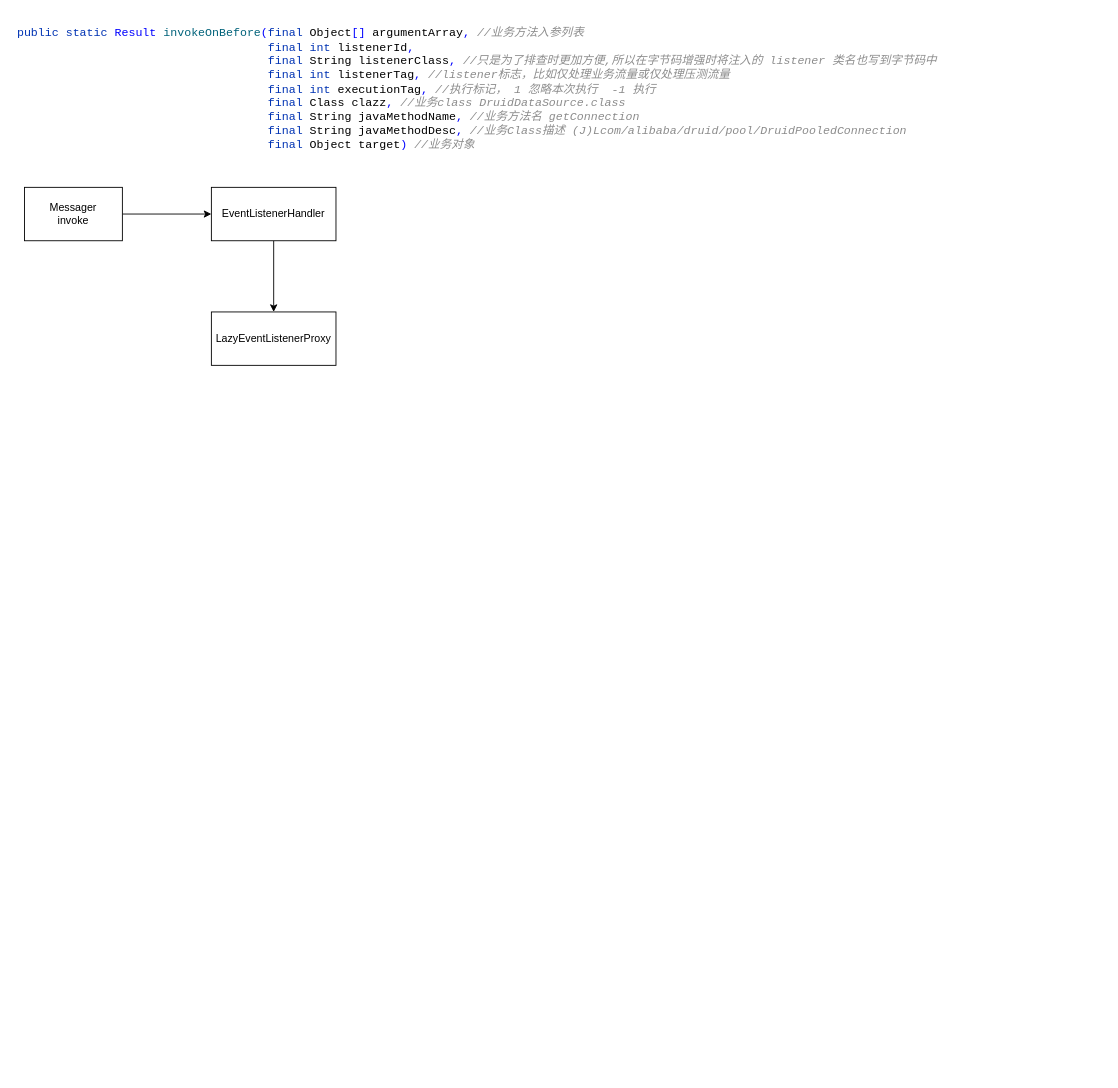
Earlier version of the draw.io diagram com.guann1n9.diagrams/linkagent/agent_execute.drawio (GuanN1ng/diagrams). Source tidied: cells renumbered, new cells numbered last; positions are measured from the earlier drawing's top-left corner, leaving out a move shared by most shapes. Both pictures are drawn from the tidied source at 89%, with x=0, y=0 at pixel (15, 18).
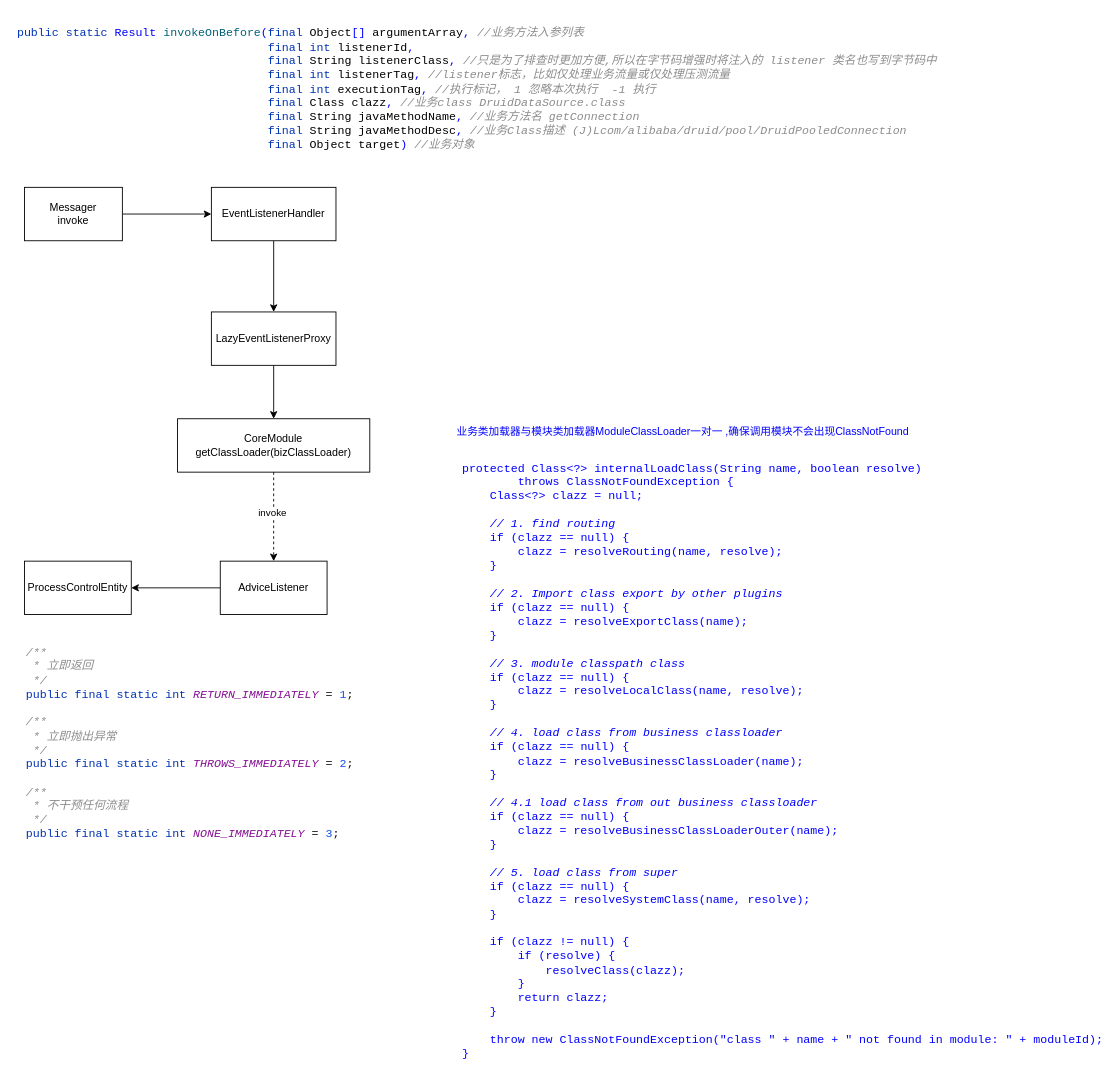
The same page after the edit.

What changed in the source:
```diff
@@
 <mxGraphModel>
   <root>
     <mxCell id="0" />
     <mxCell id="1" parent="0" />
     <mxCell id="2" style="edgeStyle=orthogonalEdgeStyle;rounded=0;jettySize=auto;html=1;exitX=1;exitY=0.5;exitDx=0;exitDy=0;entryX=0;entryY=0.5;entryDx=0;entryDy=0;" parent="1" edge="1" source="3" target="6">
       <mxGeometry relative="1" as="geometry" />
     </mxCell>
     <mxCell id="3" value="Messager&lt;br&gt;invoke" style="rounded=0;whiteSpace=wrap;html=1;" parent="1" vertex="1">
       <mxGeometry x="10" y="190" width="110" height="60" as="geometry" />
     </mxCell>
     <mxCell id="4" value="&lt;div style=&quot;background-color: rgb(255, 255, 255);&quot;&gt;&lt;pre style=&quot;font-family: &amp;quot;JetBrains Mono&amp;quot;, monospace; font-size: 9.8pt;&quot;&gt;&lt;font style=&quot;color: rgb(0, 0, 255);&quot;&gt;&lt;span style=&quot;color: rgb(0, 51, 179);&quot;&gt;public static &lt;/span&gt;Result &lt;span style=&quot;color: rgb(0, 98, 122);&quot;&gt;invokeOnBefore&lt;/span&gt;(&lt;span style=&quot;color: rgb(0, 51, 179);&quot;&gt;final &lt;/span&gt;&lt;span style=&quot;color: rgb(0, 0, 0);&quot;&gt;Object&lt;/span&gt;[] &lt;span style=&quot;color: rgb(0, 0, 0);&quot;&gt;argumentArray&lt;/span&gt;, &lt;span style=&quot;font-style: italic; color: rgb(140, 140, 140);&quot;&gt;//&lt;/span&gt;&lt;span style=&quot;font-style: italic; font-family: Menlo-Regular, monospace; color: rgb(140, 140, 140);&quot;&gt;业务方法入参列表&lt;br&gt;&lt;/span&gt;&lt;span style=&quot;font-style: italic; font-family: Menlo-Regular, monospace; color: rgb(140, 140, 140);&quot;&gt;                                    &lt;/span&gt;&lt;span style=&quot;color: rgb(0, 51, 179);&quot;&gt;final int &lt;/span&gt;&lt;span style=&quot;color: rgb(0, 0, 0);&quot;&gt;listenerId&lt;/span&gt;,&lt;br&gt;                                    &lt;span style=&quot;color: rgb(0, 51, 179);&quot;&gt;final &lt;/span&gt;&lt;span style=&quot;color: rgb(0, 0, 0);&quot;&gt;String listenerClass&lt;/span&gt;, &lt;span style=&quot;font-style: italic; color: rgb(140, 140, 140);&quot;&gt;//&lt;/span&gt;&lt;span style=&quot;font-style: italic; font-family: Menlo-Regular, monospace; color: rgb(140, 140, 140);&quot;&gt;只是为了排查时更加方便&lt;/span&gt;&lt;span style=&quot;font-style: italic; color: rgb(140, 140, 140);&quot;&gt;,&lt;/span&gt;&lt;span style=&quot;font-style: italic; font-family: Menlo-Regular, monospace; color: rgb(140, 140, 140);&quot;&gt;所以在字节码增强时将注入的&lt;/span&gt;&lt;span style=&quot;font-style: italic; color: rgb(140, 140, 140);&quot;&gt; listener &lt;/span&gt;&lt;span style=&quot;font-style: italic; font-family: Menlo-Regular, monospace; color: rgb(140, 140, 140);&quot;&gt;类名也写到字节码中&lt;br&gt;&lt;/span&gt;&lt;span style=&quot;font-style: italic; font-family: Menlo-Regular, monospace; color: rgb(140, 140, 140);&quot;&gt;                                    &lt;/span&gt;&lt;span style=&quot;color: rgb(0, 51, 179);&quot;&gt;final int &lt;/span&gt;&lt;span style=&quot;color: rgb(0, 0, 0);&quot;&gt;listenerTag&lt;/span&gt;, &lt;span style=&quot;font-style: italic; color: rgb(140, 140, 140);&quot;&gt;//listener&lt;/span&gt;&lt;span style=&quot;font-style: italic; font-family: Menlo-Regular, monospace; color: rgb(140, 140, 140);&quot;&gt;标志，比如仅处理业务流量或仅处理压测流量&lt;br&gt;&lt;/span&gt;&lt;span style=&quot;font-style: italic; font-family: Menlo-Regular, monospace; color: rgb(140, 140, 140);&quot;&gt;                                    &lt;/span&gt;&lt;span style=&quot;color: rgb(0, 51, 179);&quot;&gt;final int &lt;/span&gt;&lt;span style=&quot;color: rgb(0, 0, 0);&quot;&gt;executionTag&lt;/span&gt;, &lt;span style=&quot;font-style: italic; color: rgb(140, 140, 140);&quot;&gt;//&lt;/span&gt;&lt;span style=&quot;font-style: italic; font-family: Menlo-Regular, monospace; color: rgb(140, 140, 140);&quot;&gt;执行标记，&lt;/span&gt;&lt;span style=&quot;font-style: italic; color: rgb(140, 140, 140);&quot;&gt; 1 &lt;/span&gt;&lt;span style=&quot;font-style: italic; font-family: Menlo-Regular, monospace; color: rgb(140, 140, 140);&quot;&gt;忽略本次执行&lt;/span&gt;&lt;span style=&quot;font-style: italic; color: rgb(140, 140, 140);&quot;&gt;  -1 &lt;/span&gt;&lt;span style=&quot;font-style: italic; font-family: Menlo-Regular, monospace; color: rgb(140, 140, 140);&quot;&gt;执行&lt;br&gt;&lt;/span&gt;&lt;span style=&quot;font-style: italic; font-family: Menlo-Regular, monospace; color: rgb(140, 140, 140);&quot;&gt;                                    &lt;/span&gt;&lt;span style=&quot;color: rgb(0, 51, 179);&quot;&gt;final &lt;/span&gt;&lt;span style=&quot;color: rgb(0, 0, 0);&quot;&gt;Class clazz&lt;/span&gt;, &lt;span style=&quot;font-style: italic; color: rgb(140, 140, 140);&quot;&gt;//&lt;/span&gt;&lt;span style=&quot;font-style: italic; font-family: Menlo-Regular, monospace; color: rgb(140, 140, 140);&quot;&gt;业务&lt;/span&gt;&lt;span style=&quot;font-style: italic; color: rgb(140, 140, 140);&quot;&gt;class DruidDataSource.class&lt;br&gt;&lt;/span&gt;&lt;span style=&quot;font-style: italic; color: rgb(140, 140, 140);&quot;&gt;                                    &lt;/span&gt;&lt;span style=&quot;color: rgb(0, 51, 179);&quot;&gt;final &lt;/span&gt;&lt;span style=&quot;color: rgb(0, 0, 0);&quot;&gt;String javaMethodName&lt;/span&gt;, &lt;span style=&quot;font-style: italic; color: rgb(140, 140, 140);&quot;&gt;//&lt;/span&gt;&lt;span style=&quot;font-style: italic; font-family: Menlo-Regular, monospace; color: rgb(140, 140, 140);&quot;&gt;业务方法名&lt;/span&gt;&lt;span style=&quot;font-style: italic; color: rgb(140, 140, 140);&quot;&gt; getConnection&lt;br&gt;&lt;/span&gt;&lt;span style=&quot;font-style: italic; color: rgb(140, 140, 140);&quot;&gt;                                    &lt;/span&gt;&lt;span style=&quot;color: rgb(0, 51, 179);&quot;&gt;final &lt;/span&gt;&lt;span style=&quot;color: rgb(0, 0, 0);&quot;&gt;String javaMethodDesc&lt;/span&gt;, &lt;span style=&quot;font-style: italic; color: rgb(140, 140, 140);&quot;&gt;//&lt;/span&gt;&lt;span style=&quot;font-style: italic; font-family: Menlo-Regular, monospace; color: rgb(140, 140, 140);&quot;&gt;业务&lt;/span&gt;&lt;span style=&quot;font-style: italic; color: rgb(140, 140, 140);&quot;&gt;Class&lt;/span&gt;&lt;span style=&quot;font-style: italic; font-family: Menlo-Regular, monospace; color: rgb(140, 140, 140);&quot;&gt;描述&lt;/span&gt;&lt;span style=&quot;font-style: italic; color: rgb(140, 140, 140);&quot;&gt; (J)Lcom/alibaba/druid/pool/DruidPooledConnection&lt;br&gt;&lt;/span&gt;&lt;span style=&quot;font-style: italic; color: rgb(140, 140, 140);&quot;&gt;                                    &lt;/span&gt;&lt;span style=&quot;color: rgb(0, 51, 179);&quot;&gt;final &lt;/span&gt;&lt;span style=&quot;color: rgb(0, 0, 0);&quot;&gt;Object target&lt;/span&gt;) &lt;span style=&quot;font-style: italic; color: rgb(140, 140, 140);&quot;&gt;//&lt;/span&gt;&lt;span style=&quot;font-style: italic; font-family: Menlo-Regular, monospace; color: rgb(140, 140, 140);&quot;&gt;业务对象&lt;/span&gt;&lt;/font&gt;&lt;/pre&gt;&lt;/div&gt;" style="text;html=1;align=left;verticalAlign=middle;whiteSpace=wrap;rounded=0;" parent="1" vertex="1">
       <mxGeometry width="360" height="160" as="geometry" />
     </mxCell>
     <mxCell id="5" style="edgeStyle=orthogonalEdgeStyle;rounded=0;jettySize=auto;html=1;exitX=0.5;exitY=1;exitDx=0;exitDy=0;" parent="1" edge="1" source="6" target="7">
       <mxGeometry relative="1" as="geometry" />
     </mxCell>
     <mxCell id="6" value="EventListenerHandler" style="rounded=0;whiteSpace=wrap;html=1;" parent="1" vertex="1">
       <mxGeometry x="220" y="190" width="140" height="60" as="geometry" />
     </mxCell>
+    <mxCell id="8" style="edgeStyle=orthogonalEdgeStyle;rounded=0;jettySize=auto;html=1;exitX=0.5;exitY=1;exitDx=0;exitDy=0;entryX=0.5;entryY=0;entryDx=0;entryDy=0;" parent="1" edge="1" source="7" target="11">
+      <mxGeometry relative="1" as="geometry" />
+    </mxCell>
     <mxCell id="7" value="LazyEventListenerProxy" style="rounded=0;whiteSpace=wrap;html=1;" parent="1" vertex="1">
       <mxGeometry x="220" y="330" width="140" height="60" as="geometry" />
     </mxCell>
+    <mxCell id="9" style="edgeStyle=orthogonalEdgeStyle;rounded=0;jettySize=auto;html=1;exitX=0.5;exitY=1;exitDx=0;exitDy=0;entryX=0.5;entryY=0;entryDx=0;entryDy=0;dashed=1;" parent="1" edge="1" source="11" target="13">
+      <mxGeometry relative="1" as="geometry" />
+    </mxCell>
+    <mxCell id="10" value="invoke&amp;nbsp;" style="edgeLabel;html=1;align=center;verticalAlign=middle;" parent="9" vertex="1">
+      <mxGeometry x="-0.1" y="-1" relative="1" as="geometry" />
+    </mxCell>
+    <mxCell id="11" value="CoreModule&lt;br&gt;getClassLoader(bizClassLoader)" style="rounded=0;whiteSpace=wrap;html=1;" parent="1" vertex="1">
+      <mxGeometry x="182" y="450" width="216" height="60" as="geometry" />
+    </mxCell>
+    <mxCell id="12" style="edgeStyle=orthogonalEdgeStyle;rounded=0;jettySize=auto;html=1;exitX=0;exitY=0.5;exitDx=0;exitDy=0;entryX=1;entryY=0.5;entryDx=0;entryDy=0;" parent="1" edge="1" source="13" target="15">
+      <mxGeometry relative="1" as="geometry" />
+    </mxCell>
+    <mxCell id="13" value="AdviceListener" style="rounded=0;whiteSpace=wrap;html=1;" parent="1" vertex="1">
+      <mxGeometry x="230" y="610" width="120" height="60" as="geometry" />
+    </mxCell>
+    <mxCell id="14" value="&lt;div style=&quot;text-align: left;&quot;&gt;&lt;span style=&quot;color: light-dark(rgb(0, 0, 255), rgb(0, 0, 255)); background-color: transparent;&quot;&gt;业务类加载器与模块类加载器&lt;/span&gt;&lt;span style=&quot;color: light-dark(rgb(0, 0, 255), rgb(0, 0, 255)); background-color: transparent;&quot;&gt;ModuleClassLoader一对一 ,确保调用模块不会出现ClassNotFound&lt;/span&gt;&lt;/div&gt;" style="text;html=1;align=center;verticalAlign=middle;whiteSpace=wrap;rounded=0;" parent="1" vertex="1">
+      <mxGeometry x="450" y="440" width="600" height="50" as="geometry" />
+    </mxCell>
+    <mxCell id="15" value="ProcessControlEntity" style="rounded=0;whiteSpace=wrap;html=1;" parent="1" vertex="1">
+      <mxGeometry x="10" y="610" width="120" height="60" as="geometry" />
+    </mxCell>
+    <mxCell id="16" value="&lt;div style=&quot;color: rgb(8, 8, 8);&quot;&gt;&lt;pre style=&quot;font-family: &amp;quot;JetBrains Mono&amp;quot;, monospace; font-size: 9.8pt;&quot;&gt;&lt;span&gt;&lt;span style=&quot;color: rgb(140, 140, 140); font-style: italic;&quot;&gt;/**&lt;br&gt;&lt;/span&gt;&lt;span style=&quot;color: rgb(140, 140, 140); font-style: italic;&quot;&gt; * &lt;/span&gt;&lt;span style=&quot;color: rgb(140, 140, 140); font-style: italic; font-family: Menlo-Regular, monospace;&quot;&gt;立即返回&lt;br&gt;&lt;/span&gt;&lt;span style=&quot;color: rgb(140, 140, 140); font-style: italic; font-family: Menlo-Regular, monospace;&quot;&gt; &lt;/span&gt;&lt;span style=&quot;color: rgb(140, 140, 140); font-style: italic;&quot;&gt;*/&lt;br&gt;&lt;/span&gt;&lt;span style=&quot;color: rgb(0, 51, 179);&quot;&gt;public final static int &lt;/span&gt;&lt;span style=&quot;color: rgb(135, 16, 148); font-style: italic;&quot;&gt;RETURN_IMMEDIATELY &lt;/span&gt;= &lt;span style=&quot;color: rgb(23, 80, 235);&quot;&gt;1&lt;/span&gt;;&lt;br&gt;&lt;br&gt;&lt;span style=&quot;color: rgb(140, 140, 140); font-style: italic;&quot;&gt;/**&lt;br&gt;&lt;/span&gt;&lt;span style=&quot;color: rgb(140, 140, 140); font-style: italic;&quot;&gt; * &lt;/span&gt;&lt;span style=&quot;color: rgb(140, 140, 140); font-style: italic; font-family: Menlo-Regular, monospace;&quot;&gt;立即抛出异常&lt;br&gt;&lt;/span&gt;&lt;span style=&quot;color: rgb(140, 140, 140); font-style: italic; font-family: Menlo-Regular, monospace;&quot;&gt; &lt;/span&gt;&lt;span style=&quot;color: rgb(140, 140, 140); font-style: italic;&quot;&gt;*/&lt;br&gt;&lt;/span&gt;&lt;span style=&quot;color: rgb(0, 51, 179);&quot;&gt;public final static int &lt;/span&gt;&lt;span style=&quot;color: rgb(135, 16, 148); font-style: italic;&quot;&gt;THROWS_IMMEDIATELY &lt;/span&gt;= &lt;span style=&quot;color: rgb(23, 80, 235);&quot;&gt;2&lt;/span&gt;;&lt;br&gt;&lt;br&gt;&lt;span style=&quot;color: rgb(140, 140, 140); font-style: italic;&quot;&gt;/**&lt;br&gt;&lt;/span&gt;&lt;span style=&quot;color: rgb(140, 140, 140); font-style: italic;&quot;&gt; * &lt;/span&gt;&lt;span style=&quot;color: rgb(140, 140, 140); font-style: italic; font-family: Menlo-Regular, monospace;&quot;&gt;不干预任何流程&lt;br&gt;&lt;/span&gt;&lt;span style=&quot;color: rgb(140, 140, 140); font-style: italic; font-family: Menlo-Regular, monospace;&quot;&gt; &lt;/span&gt;&lt;span style=&quot;color: rgb(140, 140, 140); font-style: italic;&quot;&gt;*/&lt;br&gt;&lt;/span&gt;&lt;span style=&quot;color: rgb(0, 51, 179);&quot;&gt;public final static int &lt;/span&gt;&lt;span style=&quot;color: rgb(135, 16, 148); font-style: italic;&quot;&gt;NONE_IMMEDIATELY &lt;/span&gt;= &lt;span style=&quot;color: rgb(23, 80, 235);&quot;&gt;3&lt;/span&gt;;&lt;/span&gt;&lt;/pre&gt;&lt;/div&gt;" style="text;html=1;align=left;verticalAlign=middle;whiteSpace=wrap;rounded=0;" parent="1" vertex="1">
+      <mxGeometry x="10" y="800" width="60" height="30" as="geometry" />
+    </mxCell>
+    <mxCell id="17" value="&lt;div style=&quot;background-color: rgb(255, 255, 255);&quot;&gt;&lt;pre style=&quot;font-family: &amp;quot;JetBrains Mono&amp;quot;, monospace; font-size: 9.8pt;&quot;&gt;&lt;font style=&quot;color: rgb(0, 0, 255);&quot;&gt;protected Class&amp;lt;?&amp;gt; internalLoadClass(String name, boolean resolve)&lt;br&gt;        throws ClassNotFoundException {&lt;br&gt;    Class&amp;lt;?&amp;gt; clazz = null;&lt;br&gt;&lt;br&gt;    &lt;span style=&quot;font-style: italic;&quot;&gt;// 1. find routing&lt;br&gt;&lt;/span&gt;&lt;span style=&quot;font-style: italic;&quot;&gt;    &lt;/span&gt;if (clazz == null) {&lt;br&gt;        clazz = resolveRouting(name, resolve);&lt;br&gt;    }&lt;br&gt;&lt;br&gt;    &lt;span style=&quot;font-style: italic;&quot;&gt;// 2. Import class export by other plugins&lt;br&gt;&lt;/span&gt;&lt;span style=&quot;font-style: italic;&quot;&gt;    &lt;/span&gt;if (clazz == null) {&lt;br&gt;        clazz = resolveExportClass(name);&lt;br&gt;    }&lt;br&gt;&lt;br&gt;    &lt;span style=&quot;font-style: italic;&quot;&gt;// 3. module classpath class&lt;br&gt;&lt;/span&gt;&lt;span style=&quot;font-style: italic;&quot;&gt;    &lt;/span&gt;if (clazz == null) {&lt;br&gt;        clazz = resolveLocalClass(name, resolve);&lt;br&gt;    }&lt;br&gt;&lt;br&gt;    &lt;span style=&quot;font-style: italic;&quot;&gt;// 4. load class from business classloader&lt;br&gt;&lt;/span&gt;&lt;span style=&quot;font-style: italic;&quot;&gt;    &lt;/span&gt;if (clazz == null) {&lt;br&gt;        clazz = resolveBusinessClassLoader(name);&lt;br&gt;    }&lt;br&gt;&lt;br&gt;    &lt;span style=&quot;font-style: italic;&quot;&gt;// 4.1 load class from out business classloader&lt;br&gt;&lt;/span&gt;&lt;span style=&quot;font-style: italic;&quot;&gt;    &lt;/span&gt;if (clazz == null) {&lt;br&gt;        clazz = resolveBusinessClassLoaderOuter(name);&lt;br&gt;    }&lt;br&gt;&lt;br&gt;    &lt;span style=&quot;font-style: italic;&quot;&gt;// 5. load class from super&lt;br&gt;&lt;/span&gt;&lt;span style=&quot;font-style: italic;&quot;&gt;    &lt;/span&gt;if (clazz == null) {&lt;br&gt;        clazz = resolveSystemClass(name, resolve);&lt;br&gt;    }&lt;br&gt;&lt;br&gt;    if (clazz != null) {&lt;br&gt;        if (resolve) {&lt;br&gt;            resolveClass(clazz);&lt;br&gt;        }&lt;br&gt;        return clazz;&lt;br&gt;    }&lt;br&gt;&lt;br&gt;    throw new ClassNotFoundException(&quot;class &quot; + name + &quot; not found in module: &quot; + moduleId);&lt;br&gt;}&lt;/font&gt;&lt;/pre&gt;&lt;/div&gt;" style="text;html=1;align=left;verticalAlign=middle;whiteSpace=wrap;rounded=0;" parent="1" vertex="1">
+      <mxGeometry x="500" y="820" width="60" height="30" as="geometry" />
+    </mxCell>
   </root>
 </mxGraphModel>
```
